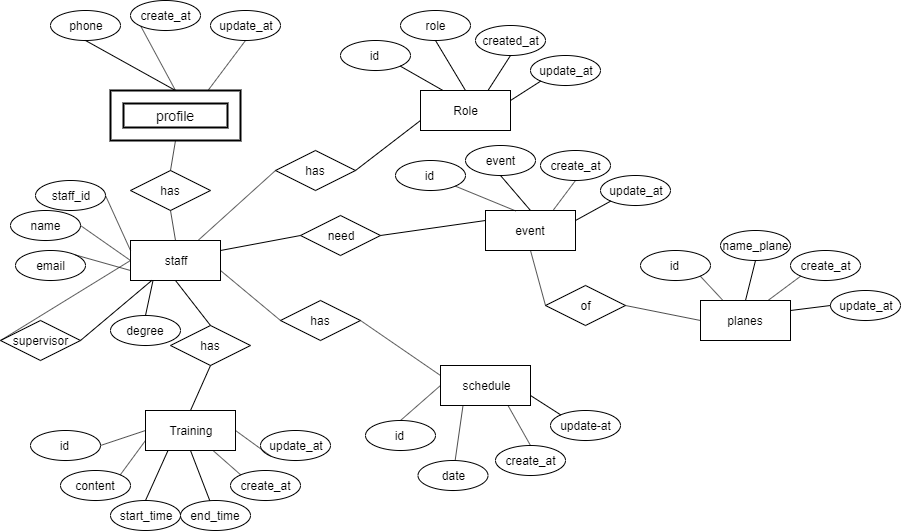
Tuan-Tran-Ngoc/serverBKU keeps this draw.io diagram as document/ERD.png. Above is the earlier version. Source tidied: cells renumbered, new cells last; positions are measured from the earlier drawing's top-left corner, leaving out a move shared by most shapes.
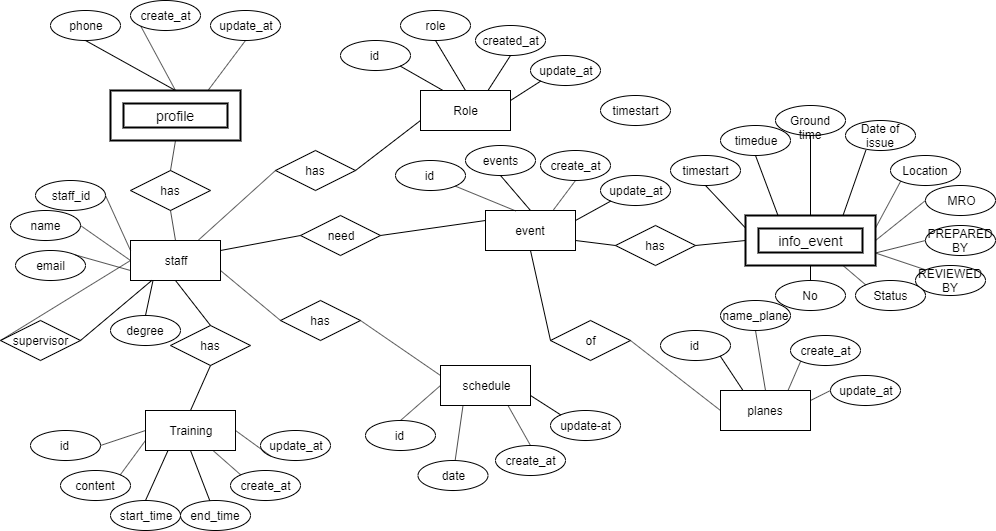
The same diagram one commit later.

What changed in the source:
```diff
@@ -101,7 +101,7 @@
     <mxCell id="34" value="create_at" style="ellipse;whiteSpace=wrap;html=1;" parent="1" vertex="1">
       <mxGeometry x="540" y="150" width="70" height="30" as="geometry" />
     </mxCell>
-    <mxCell id="35" value="event" style="ellipse;whiteSpace=wrap;html=1;" parent="1" vertex="1">
+    <mxCell id="35" value="events" style="ellipse;whiteSpace=wrap;html=1;" parent="1" vertex="1">
       <mxGeometry x="465" y="145" width="70" height="30" as="geometry" />
     </mxCell>
     <mxCell id="36" value="id&amp;nbsp;" style="ellipse;whiteSpace=wrap;html=1;" parent="1" vertex="1">
@@ -123,19 +123,19 @@
       <mxGeometry relative="1" as="geometry" />
     </mxCell>
     <mxCell id="42" value="planes" style="rounded=0;whiteSpace=wrap;html=1;" parent="1" vertex="1">
-      <mxGeometry x="700" y="300" width="90" height="40" as="geometry" />
+      <mxGeometry x="720" y="390" width="90" height="40" as="geometry" />
     </mxCell>
     <mxCell id="43" value="create_at" style="ellipse;whiteSpace=wrap;html=1;" parent="1" vertex="1">
-      <mxGeometry x="790" y="250" width="70" height="30" as="geometry" />
+      <mxGeometry x="790" y="335" width="70" height="30" as="geometry" />
     </mxCell>
     <mxCell id="44" value="name_plane" style="ellipse;whiteSpace=wrap;html=1;" parent="1" vertex="1">
-      <mxGeometry x="720" y="230" width="70" height="30" as="geometry" />
+      <mxGeometry x="720" y="300" width="70" height="30" as="geometry" />
     </mxCell>
     <mxCell id="45" value="id&amp;nbsp;" style="ellipse;whiteSpace=wrap;html=1;" parent="1" vertex="1">
-      <mxGeometry x="640" y="250" width="70" height="30" as="geometry" />
+      <mxGeometry x="660" y="330" width="70" height="30" as="geometry" />
     </mxCell>
     <mxCell id="46" value="update_at" style="ellipse;whiteSpace=wrap;html=1;" parent="1" vertex="1">
-      <mxGeometry x="830" y="290" width="70" height="30" as="geometry" />
+      <mxGeometry x="830" y="375" width="70" height="30" as="geometry" />
     </mxCell>
     <mxCell id="47" style="endArrow=none;html=1;entryX=0;entryY=1;entryDx=0;entryDy=0;exitX=0.75;exitY=0;exitDx=0;exitDy=0;" parent="1" edge="1" source="42" target="43">
       <mxGeometry relative="1" as="geometry" />
@@ -150,7 +150,7 @@
       <mxGeometry relative="1" as="geometry" />
     </mxCell>
     <mxCell id="51" value="of" style="rhombus;whiteSpace=wrap;html=1;" parent="1" vertex="1">
-      <mxGeometry x="545" y="285" width="80" height="40" as="geometry" />
+      <mxGeometry x="550" y="320" width="80" height="40" as="geometry" />
     </mxCell>
     <mxCell id="52" value="need" style="rhombus;whiteSpace=wrap;html=1;" parent="1" vertex="1">
       <mxGeometry x="300" y="215" width="80" height="40" as="geometry" />
@@ -262,5 +262,80 @@
     <mxCell id="87" style="endArrow=none;html=1;entryX=0.5;entryY=0;entryDx=0;entryDy=0;exitX=0.75;exitY=1;exitDx=0;exitDy=0;" parent="1" edge="1" source="73" target="84">
       <mxGeometry relative="1" as="geometry" />
     </mxCell>
+    <mxCell id="88" value="timestart" style="ellipse;whiteSpace=wrap;html=1;" parent="1" vertex="1">
+      <mxGeometry x="600" y="95" width="70" height="30" as="geometry" />
+    </mxCell>
+    <mxCell id="89" value="info_event" style="shape=ext;strokeWidth=2;margin=10;double=1;whiteSpace=wrap;html=1;align=center;fontSize=14;" parent="1" vertex="1">
+      <mxGeometry x="745" y="215" width="130" height="50" as="geometry" />
+    </mxCell>
+    <mxCell id="90" value="has" style="rhombus;whiteSpace=wrap;html=1;" parent="1" vertex="1">
+      <mxGeometry x="615" y="225" width="80" height="40" as="geometry" />
+    </mxCell>
+    <mxCell id="91" style="endArrow=none;html=1;entryX=0;entryY=0.5;entryDx=0;entryDy=0;exitX=1;exitY=0.75;exitDx=0;exitDy=0;" parent="1" edge="1" source="33" target="90">
+      <mxGeometry relative="1" as="geometry" />
+    </mxCell>
+    <mxCell id="92" style="endArrow=none;html=1;entryX=1;entryY=0.5;entryDx=0;entryDy=0;exitX=0;exitY=0.5;exitDx=0;exitDy=0;" parent="1" edge="1" source="89" target="90">
+      <mxGeometry relative="1" as="geometry" />
+    </mxCell>
+    <mxCell id="93" value="Ground time" style="ellipse;whiteSpace=wrap;html=1;" parent="1" vertex="1">
+      <mxGeometry x="775" y="105" width="70" height="30" as="geometry" />
+    </mxCell>
+    <mxCell id="94" value="timedue" style="ellipse;whiteSpace=wrap;html=1;" parent="1" vertex="1">
+      <mxGeometry x="720" y="125" width="70" height="30" as="geometry" />
+    </mxCell>
+    <mxCell id="95" value="timestart" style="ellipse;whiteSpace=wrap;html=1;" parent="1" vertex="1">
+      <mxGeometry x="670" y="155" width="70" height="30" as="geometry" />
+    </mxCell>
+    <mxCell id="96" value="PREPARED BY" style="ellipse;whiteSpace=wrap;html=1;" parent="1" vertex="1">
+      <mxGeometry x="925" y="225" width="70" height="30" as="geometry" />
+    </mxCell>
+    <mxCell id="97" value="MRO" style="ellipse;whiteSpace=wrap;html=1;" parent="1" vertex="1">
+      <mxGeometry x="925" y="185" width="70" height="30" as="geometry" />
+    </mxCell>
+    <mxCell id="98" value="Location" style="ellipse;whiteSpace=wrap;html=1;" parent="1" vertex="1">
+      <mxGeometry x="890" y="155" width="70" height="30" as="geometry" />
+    </mxCell>
+    <mxCell id="99" value="REVIEWED BY" style="ellipse;whiteSpace=wrap;html=1;" parent="1" vertex="1">
+      <mxGeometry x="915" y="265" width="70" height="30" as="geometry" />
+    </mxCell>
+    <mxCell id="100" value="No" style="ellipse;whiteSpace=wrap;html=1;" parent="1" vertex="1">
+      <mxGeometry x="775" y="280" width="70" height="30" as="geometry" />
+    </mxCell>
+    <mxCell id="101" value="Date of issue" style="ellipse;whiteSpace=wrap;html=1;" parent="1" vertex="1">
+      <mxGeometry x="845" y="120" width="70" height="30" as="geometry" />
+    </mxCell>
+    <mxCell id="102" value="Status" style="ellipse;whiteSpace=wrap;html=1;" parent="1" vertex="1">
+      <mxGeometry x="855" y="280" width="70" height="30" as="geometry" />
+    </mxCell>
+    <mxCell id="103" style="endArrow=none;html=1;entryX=0.291;entryY=0.991;entryDx=0;entryDy=0;entryPerimeter=0;exitX=0.75;exitY=0;exitDx=0;exitDy=0;" parent="1" edge="1" source="89" target="101">
+      <mxGeometry relative="1" as="geometry" />
+    </mxCell>
+    <mxCell id="104" style="endArrow=none;html=1;entryX=0.5;entryY=1;entryDx=0;entryDy=0;" parent="1" edge="1" source="89" target="93">
+      <mxGeometry relative="1" as="geometry" />
+    </mxCell>
+    <mxCell id="105" style="endArrow=none;html=1;entryX=0;entryY=0.5;entryDx=0;entryDy=0;exitX=1;exitY=0.75;exitDx=0;exitDy=0;" parent="1" edge="1" source="89" target="96">
+      <mxGeometry relative="1" as="geometry" />
+    </mxCell>
+    <mxCell id="106" style="endArrow=none;html=1;entryX=0;entryY=1;entryDx=0;entryDy=0;exitX=1;exitY=0.25;exitDx=0;exitDy=0;" parent="1" edge="1" source="89" target="98">
+      <mxGeometry relative="1" as="geometry" />
+    </mxCell>
+    <mxCell id="107" style="endArrow=none;html=1;entryX=0;entryY=0.5;entryDx=0;entryDy=0;exitX=1;exitY=0.5;exitDx=0;exitDy=0;" parent="1" edge="1" source="89" target="97">
+      <mxGeometry relative="1" as="geometry" />
+    </mxCell>
+    <mxCell id="108" style="endArrow=none;html=1;entryX=0.5;entryY=1;entryDx=0;entryDy=0;exitX=0.25;exitY=0;exitDx=0;exitDy=0;" parent="1" edge="1" source="89" target="94">
+      <mxGeometry relative="1" as="geometry" />
+    </mxCell>
+    <mxCell id="109" style="endArrow=none;html=1;entryX=0.5;entryY=1;entryDx=0;entryDy=0;exitX=0;exitY=0.25;exitDx=0;exitDy=0;" parent="1" edge="1" source="89" target="95">
+      <mxGeometry relative="1" as="geometry" />
+    </mxCell>
+    <mxCell id="110" style="endArrow=none;html=1;entryX=0.5;entryY=0;entryDx=0;entryDy=0;exitX=0.5;exitY=1;exitDx=0;exitDy=0;" parent="1" edge="1" source="89" target="100">
+      <mxGeometry relative="1" as="geometry" />
+    </mxCell>
+    <mxCell id="111" style="endArrow=none;html=1;entryX=0;entryY=0;entryDx=0;entryDy=0;exitX=0.75;exitY=1;exitDx=0;exitDy=0;" parent="1" edge="1" source="89" target="102">
+      <mxGeometry relative="1" as="geometry" />
+    </mxCell>
+    <mxCell id="112" style="endArrow=none;html=1;entryX=0;entryY=0;entryDx=0;entryDy=0;exitX=1;exitY=0.75;exitDx=0;exitDy=0;" parent="1" edge="1" source="89" target="99">
+      <mxGeometry relative="1" as="geometry" />
+    </mxCell>
   </root>
 </mxGraphModel>
```
